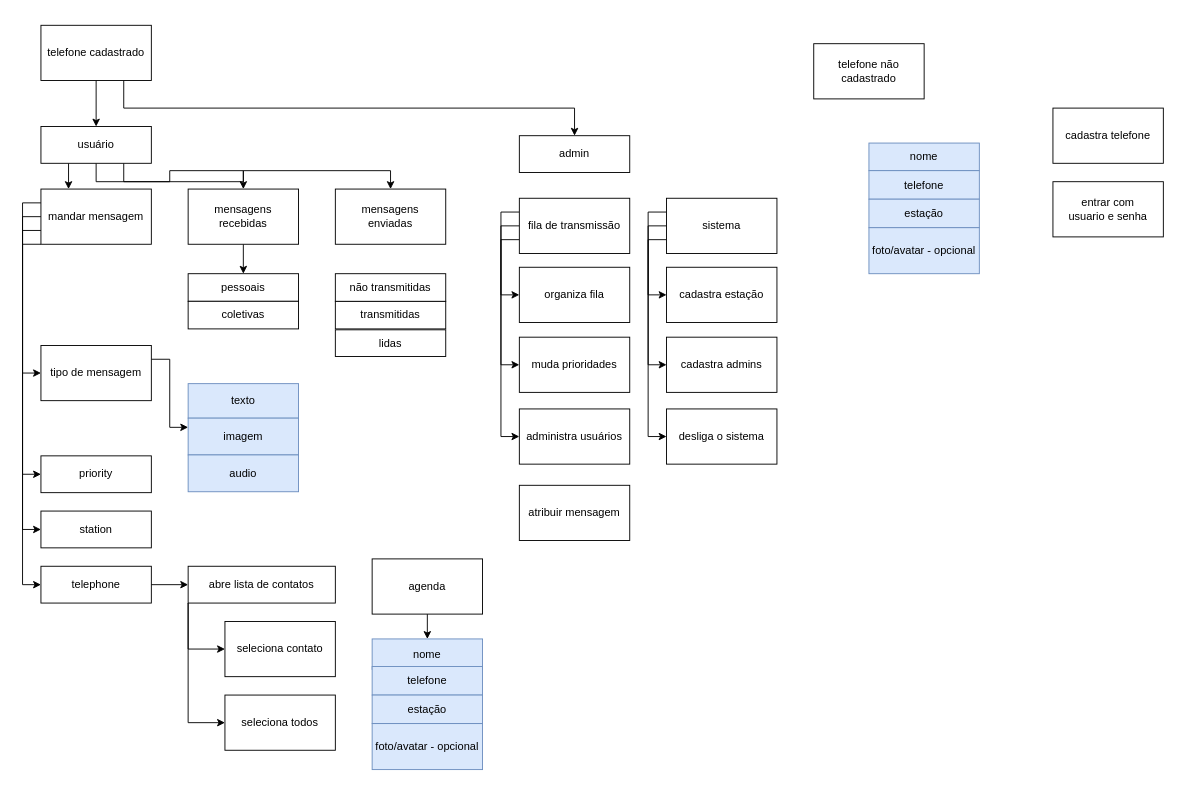
This is page "Page-1" (1 of 2) of hermes.drawio from DigitalHERMES/interface, a draw.io file, before an edit. Source tidied: cells renumbered, new cells numbered last; positions are measured from the earlier drawing's top-left corner, leaving out a move shared by most shapes. Both pictures are drawn from the tidied source at 92%, with x=0, y=0 at pixel (22, 25).
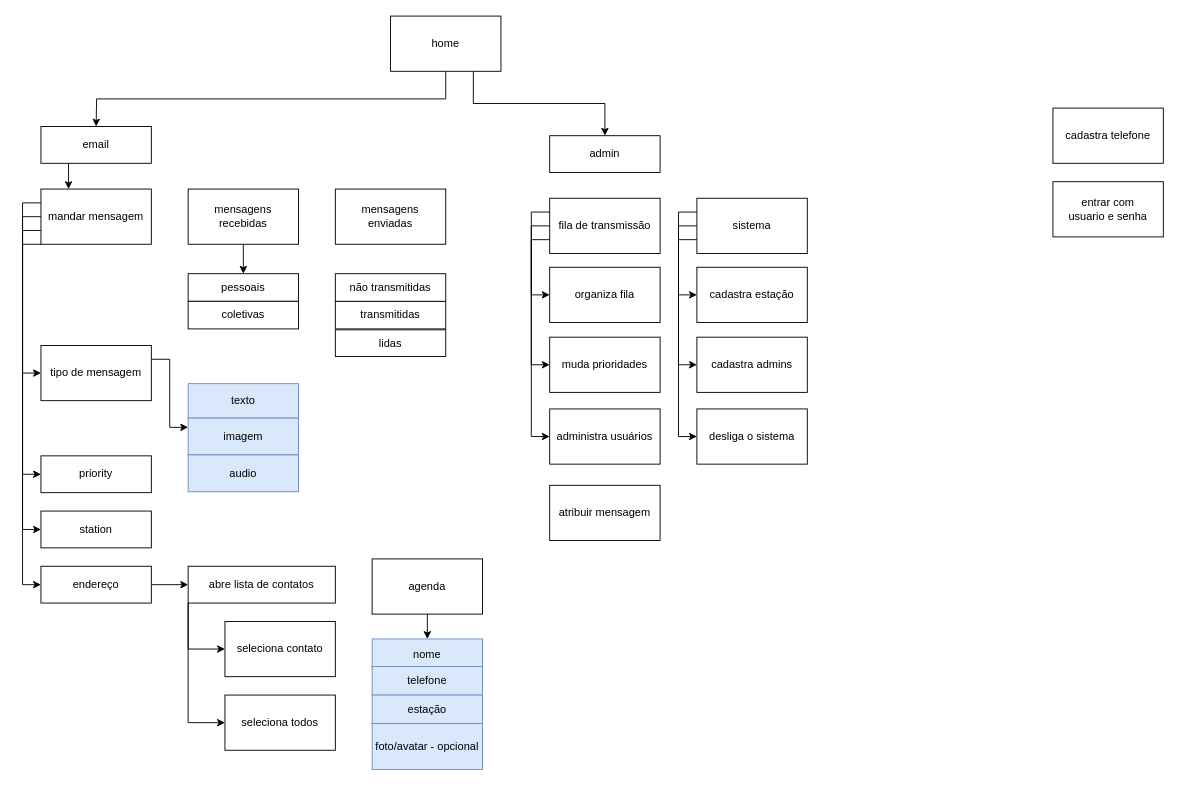
The same page after the edit.

Unchanged cells that the change refers to:
```xml
<mxCell id="6" value="mandar mensagem" style="rounded=0;whiteSpace=wrap;html=1;" parent="1" vertex="1">
  <mxGeometry x="20" y="178" width="120" height="60" as="geometry" />
</mxCell>
<mxCell id="24" value="mensagens &lt;br&gt;recebidas" style="rounded=0;whiteSpace=wrap;html=1;" parent="1" vertex="1">
  <mxGeometry x="180" y="178" width="120" height="60" as="geometry" />
</mxCell>
<mxCell id="64" value="mensagens &lt;br&gt;enviadas" style="rounded=0;whiteSpace=wrap;html=1;" parent="1" vertex="1">
  <mxGeometry x="340" y="178" width="120" height="60" as="geometry" />
</mxCell>
```

What changed in the source:
```diff
@@
     <mxCell id="15" value="fila de transmissão" style="rounded=0;whiteSpace=wrap;html=1;" parent="1" vertex="1">
-      <mxGeometry x="540" y="188" width="120" height="60" as="geometry" />
+      <mxGeometry x="573" y="188" width="120" height="60" as="geometry" />
     </mxCell>
-    <mxCell id="16" value="telefone não cadastrado" style="rounded=0;whiteSpace=wrap;html=1;" parent="1" vertex="1">
-      <mxGeometry x="860" y="20" width="120" height="60" as="geometry" />
-    </mxCell>
@@
     <mxCell id="20" value="sistema" style="whiteSpace=wrap;html=1;" parent="1" vertex="1">
-      <mxGeometry x="700" y="188" width="120" height="60" as="geometry" />
+      <mxGeometry x="733" y="188" width="120" height="60" as="geometry" />
     </mxCell>
@@
-    <mxCell id="22" value="telephone" style="rounded=0;whiteSpace=wrap;html=1;" parent="1" vertex="1">
+    <mxCell id="22" value="endereço" style="rounded=0;whiteSpace=wrap;html=1;" parent="1" vertex="1">
       <mxGeometry x="20" y="588" width="120" height="40" as="geometry" />
     </mxCell>
@@
     <mxCell id="33" value="organiza fila" style="rounded=0;whiteSpace=wrap;html=1;" parent="1" vertex="1">
-      <mxGeometry x="540" y="263" width="120" height="60" as="geometry" />
+      <mxGeometry x="573" y="263" width="120" height="60" as="geometry" />
     </mxCell>
@@
     <mxCell id="41" value="cadastra estação" style="rounded=0;whiteSpace=wrap;html=1;" parent="1" vertex="1">
-      <mxGeometry x="700" y="263" width="120" height="60" as="geometry" />
+      <mxGeometry x="733" y="263" width="120" height="60" as="geometry" />
     </mxCell>
-    <mxCell id="42" style="edgeStyle=orthogonalEdgeStyle;rounded=0;jettySize=auto;html=1;exitX=0.5;exitY=1;exitDx=0;exitDy=0;entryX=0.5;entryY=0;entryDx=0;entryDy=0;" parent="1" edge="1" source="44" target="49">
-      <mxGeometry relative="1" as="geometry" />
+    <mxCell id="42" style="edgeStyle=orthogonalEdgeStyle;rounded=0;jettySize=auto;html=1;exitX=0.5;exitY=1;exitDx=0;exitDy=0;entryX=0.5;entryY=0;entryDx=0;entryDy=0;" parent="1" edge="1" source="44">
+      <mxGeometry relative="1" as="geometry">
+        <mxPoint x="80" y="110" as="targetPoint" />
+      </mxGeometry>
     </mxCell>
@@
-    <mxCell id="44" value="telefone cadastrado" style="rounded=0;whiteSpace=wrap;html=1;" parent="1" vertex="1">
-      <mxGeometry x="20" width="120" height="60" as="geometry" />
+    <mxCell id="44" value="home" style="rounded=0;whiteSpace=wrap;html=1;" parent="1" vertex="1">
+      <mxGeometry x="400" y="-10" width="120" height="60" as="geometry" />
     </mxCell>
     <mxCell id="45" value="cadastra admins" style="rounded=0;whiteSpace=wrap;html=1;" parent="1" vertex="1">
-      <mxGeometry x="700" y="339" width="120" height="60" as="geometry" />
+      <mxGeometry x="733" y="339" width="120" height="60" as="geometry" />
     </mxCell>
-    <mxCell id="46" style="edgeStyle=orthogonalEdgeStyle;rounded=0;jettySize=auto;html=1;exitX=0.25;exitY=1;exitDx=0;exitDy=0;entryX=0.25;entryY=0;entryDx=0;entryDy=0;" parent="1" edge="1" source="49" target="6">
-      <mxGeometry relative="1" as="geometry" />
+    <mxCell id="46" style="edgeStyle=orthogonalEdgeStyle;rounded=0;jettySize=auto;html=1;exitX=0.25;exitY=1;exitDx=0;exitDy=0;entryX=0.25;entryY=0;entryDx=0;entryDy=0;" parent="1" edge="1" target="6">
+      <mxGeometry relative="1" as="geometry">
+        <mxPoint x="50" y="150" as="sourcePoint" />
+      </mxGeometry>
     </mxCell>
-    <mxCell id="47" style="edgeStyle=orthogonalEdgeStyle;rounded=0;jettySize=auto;html=1;exitX=0.5;exitY=1;exitDx=0;exitDy=0;entryX=0.5;entryY=0;entryDx=0;entryDy=0;" parent="1" edge="1" source="49" target="24">
-      <mxGeometry relative="1" as="geometry" />
-    </mxCell>
-    <mxCell id="48" style="edgeStyle=orthogonalEdgeStyle;rounded=0;jettySize=auto;html=1;exitX=0.75;exitY=1;exitDx=0;exitDy=0;" parent="1" edge="1" source="49" target="64">
-      <mxGeometry relative="1" as="geometry" />
-    </mxCell>
-    <mxCell id="49" value="usuário" style="rounded=0;whiteSpace=wrap;html=1;" parent="1" vertex="1">
-      <mxGeometry x="20" y="110" width="120" height="40" as="geometry" />
-    </mxCell>
@@
     <mxCell id="52" value="admin" style="rounded=0;whiteSpace=wrap;html=1;" parent="1" vertex="1">
-      <mxGeometry x="540" y="120" width="120" height="40" as="geometry" />
+      <mxGeometry x="573" y="120" width="120" height="40" as="geometry" />
     </mxCell>
     <mxCell id="53" value="muda prioridades" style="rounded=0;whiteSpace=wrap;html=1;" parent="1" vertex="1">
-      <mxGeometry x="540" y="339" width="120" height="60" as="geometry" />
+      <mxGeometry x="573" y="339" width="120" height="60" as="geometry" />
     </mxCell>
     <mxCell id="54" value="administra usuários" style="rounded=0;whiteSpace=wrap;html=1;" parent="1" vertex="1">
-      <mxGeometry x="540" y="417" width="120" height="60" as="geometry" />
+      <mxGeometry x="573" y="417" width="120" height="60" as="geometry" />
     </mxCell>
     <mxCell id="55" value="desliga o sistema" style="rounded=0;whiteSpace=wrap;html=1;" parent="1" vertex="1">
-      <mxGeometry x="700" y="417" width="120" height="60" as="geometry" />
+      <mxGeometry x="733" y="417" width="120" height="60" as="geometry" />
     </mxCell>
-    <mxCell id="56" value="nome" style="rounded=0;whiteSpace=wrap;html=1;fillColor=#dae8fc;strokeColor=#6c8ebf;" parent="1" vertex="1">
-      <mxGeometry x="920" y="128" width="120" height="30" as="geometry" />
-    </mxCell>
-    <mxCell id="57" value="telefone" style="rounded=0;whiteSpace=wrap;html=1;fillColor=#dae8fc;strokeColor=#6c8ebf;" parent="1" vertex="1">
-      <mxGeometry x="920" y="158" width="120" height="31" as="geometry" />
-    </mxCell>
-    <mxCell id="58" style="edgeStyle=orthogonalEdgeStyle;rounded=0;orthogonalLoop=1;jettySize=auto;html=1;exitX=0.5;exitY=1;exitDx=0;exitDy=0;fillColor=#dae8fc;strokeColor=#6c8ebf;" parent="1" edge="1" source="57" target="57">
-      <mxGeometry relative="1" as="geometry" />
-    </mxCell>
-    <mxCell id="59" value="estação" style="rounded=0;whiteSpace=wrap;html=1;fillColor=#dae8fc;strokeColor=#6c8ebf;" parent="1" vertex="1">
-      <mxGeometry x="920" y="189" width="120" height="31" as="geometry" />
-    </mxCell>
-    <mxCell id="60" value="foto/avatar - opcional" style="rounded=0;whiteSpace=wrap;html=1;fillColor=#dae8fc;strokeColor=#6c8ebf;" parent="1" vertex="1">
-      <mxGeometry x="920" y="220" width="120" height="50" as="geometry" />
-    </mxCell>
     <mxCell id="61" value="atribuir mensagem" style="rounded=0;whiteSpace=wrap;html=1;" parent="1" vertex="1">
-      <mxGeometry x="540" y="500" width="120" height="60" as="geometry" />
+      <mxGeometry x="573" y="500" width="120" height="60" as="geometry" />
     </mxCell>
@@
+    <mxCell id="68" value="email" style="rounded=0;whiteSpace=wrap;html=1;" parent="1" vertex="1">
+      <mxGeometry x="20" y="110" width="120" height="40" as="geometry" />
+    </mxCell>
```
